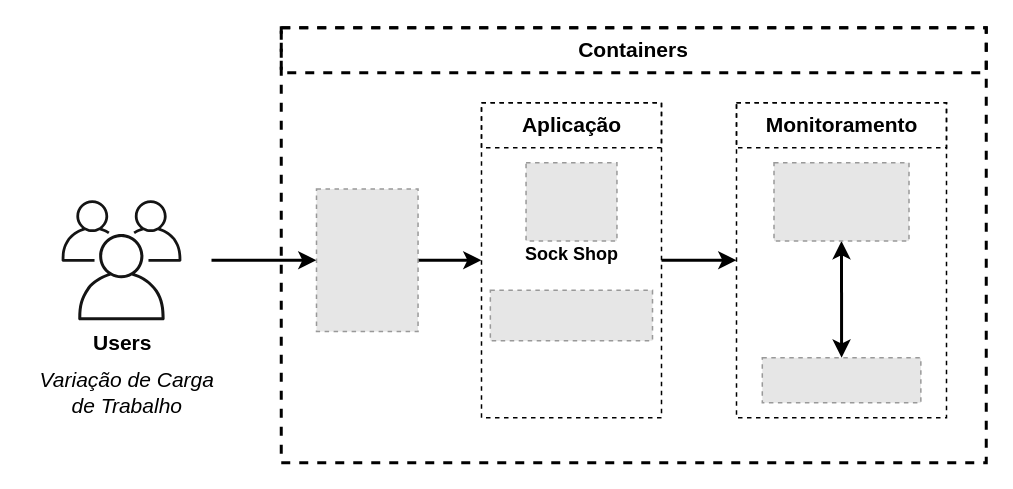
Before: diagrama.drawio in rodrigodg1/SSC5872-avaliacao-desempenho, a draw.io diagram. Source tidied: cells renumbered, new cells numbered last; positions are measured from the earlier drawing's top-left corner, leaving out a move shared by most shapes. Both pictures are drawn from the tidied source at 150%, with x=0, y=0 at pixel (26, 27). Pictures stored in the file or linked from it are replaced by grey dashed boxes.
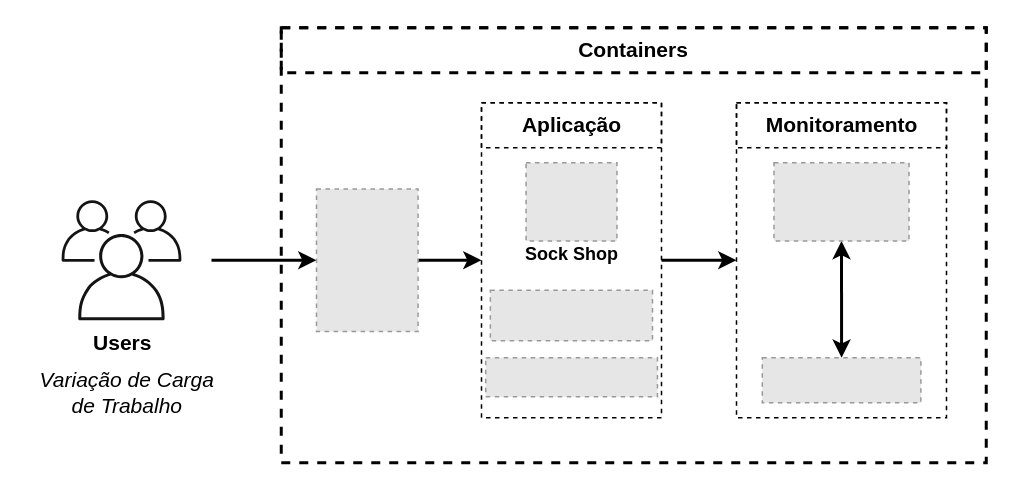
The same diagram, later.

Change to the diagram source:
```diff
@@
+    <mxCell id="21" style="fillColor=#E6E6E6;strokeColor=#999999;dashed=1;verticalLabelPosition=bottom;labelBackgroundColor=default;verticalAlign=top;" parent="1" vertex="1">
+      <mxGeometry x="306.3" y="220" width="114.5" height="26" as="geometry" />
+    </mxCell>
```
